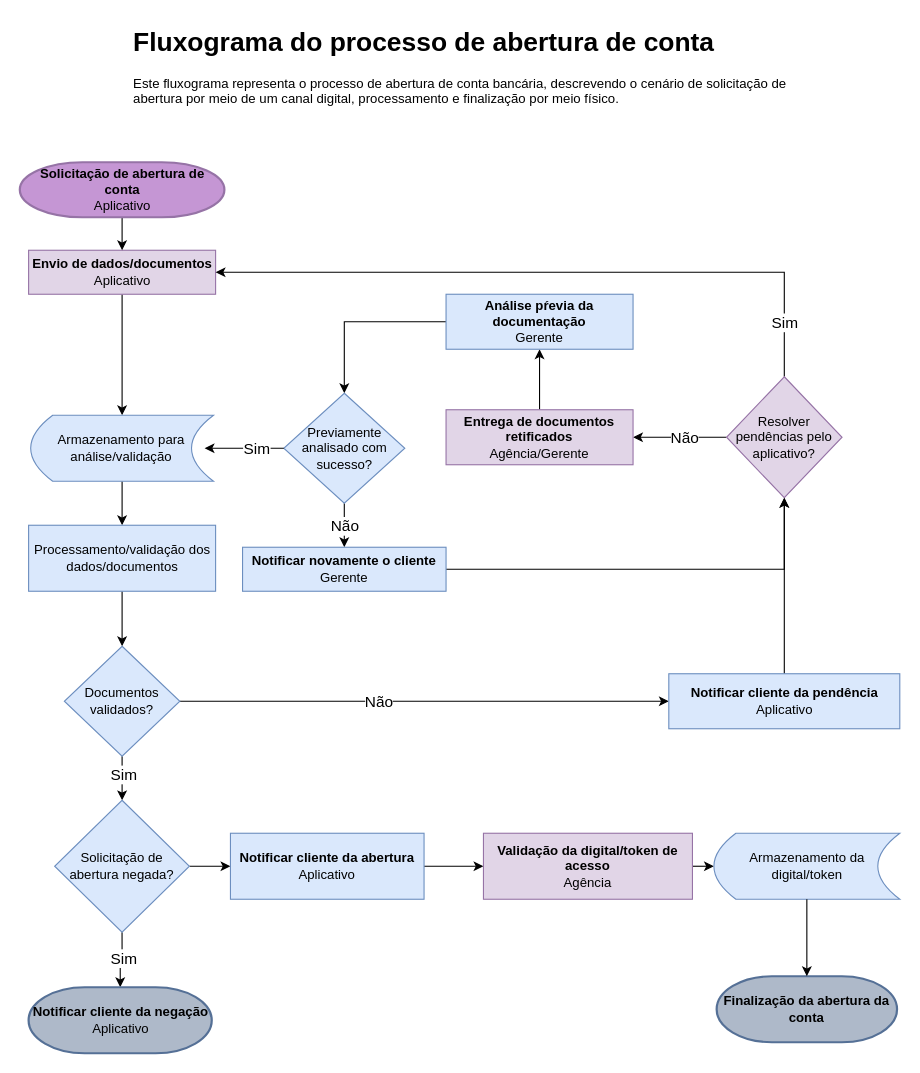
Earlier version of the draw.io diagram Fluxograma desafio arquitetural: Abertura de conta.drawio (gamartins1/case-tecnico-backend). Source tidied: cells renumbered, new cells numbered last; positions are measured from the earlier drawing's top-left corner, leaving out a move shared by most shapes. Both pictures are drawn from the tidied source at 110%, with x=0, y=0 at pixel (19, 19).
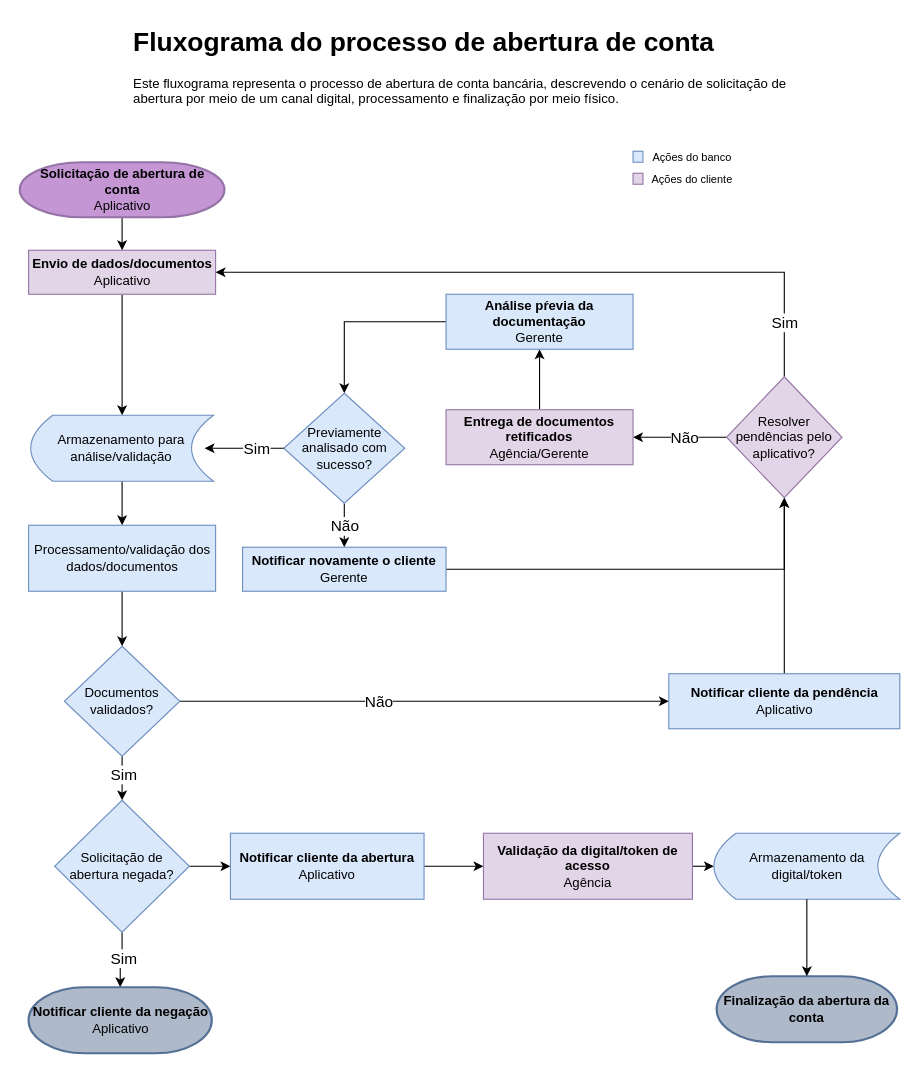
The same page after the edit.

Commit message:
Desenvolvimento: Criação de legenda no fluxograma de abertura de conta

The edit, as a diff of the source:
```diff
@@
+    <mxCell id="46" style="rounded=0;whiteSpace=wrap;html=1;fillColor=#dae8fc;strokeColor=#6c8ebf;" parent="1" vertex="1">
+      <mxGeometry x="558" y="120" width="9" height="10" as="geometry" />
+    </mxCell>
+    <mxCell id="47" style="rounded=0;whiteSpace=wrap;html=1;fillColor=#e1d5e7;strokeColor=#9673a6;" parent="1" vertex="1">
+      <mxGeometry x="558" y="140" width="9" height="10" as="geometry" />
+    </mxCell>
+    <mxCell id="48" value="&lt;font style=&quot;font-size: 10px;&quot;&gt;Ações do banco&lt;/font&gt;" style="text;html=1;align=center;verticalAlign=middle;whiteSpace=wrap;rounded=0;" parent="1" vertex="1">
+      <mxGeometry x="552" y="110" width="120" height="30" as="geometry" />
+    </mxCell>
+    <mxCell id="49" value="&lt;font style=&quot;font-size: 10px;&quot;&gt;Ações do cliente&lt;/font&gt;" style="text;html=1;align=center;verticalAlign=middle;whiteSpace=wrap;rounded=0;" parent="1" vertex="1">
+      <mxGeometry x="552" y="130" width="120" height="30" as="geometry" />
+    </mxCell>
```
